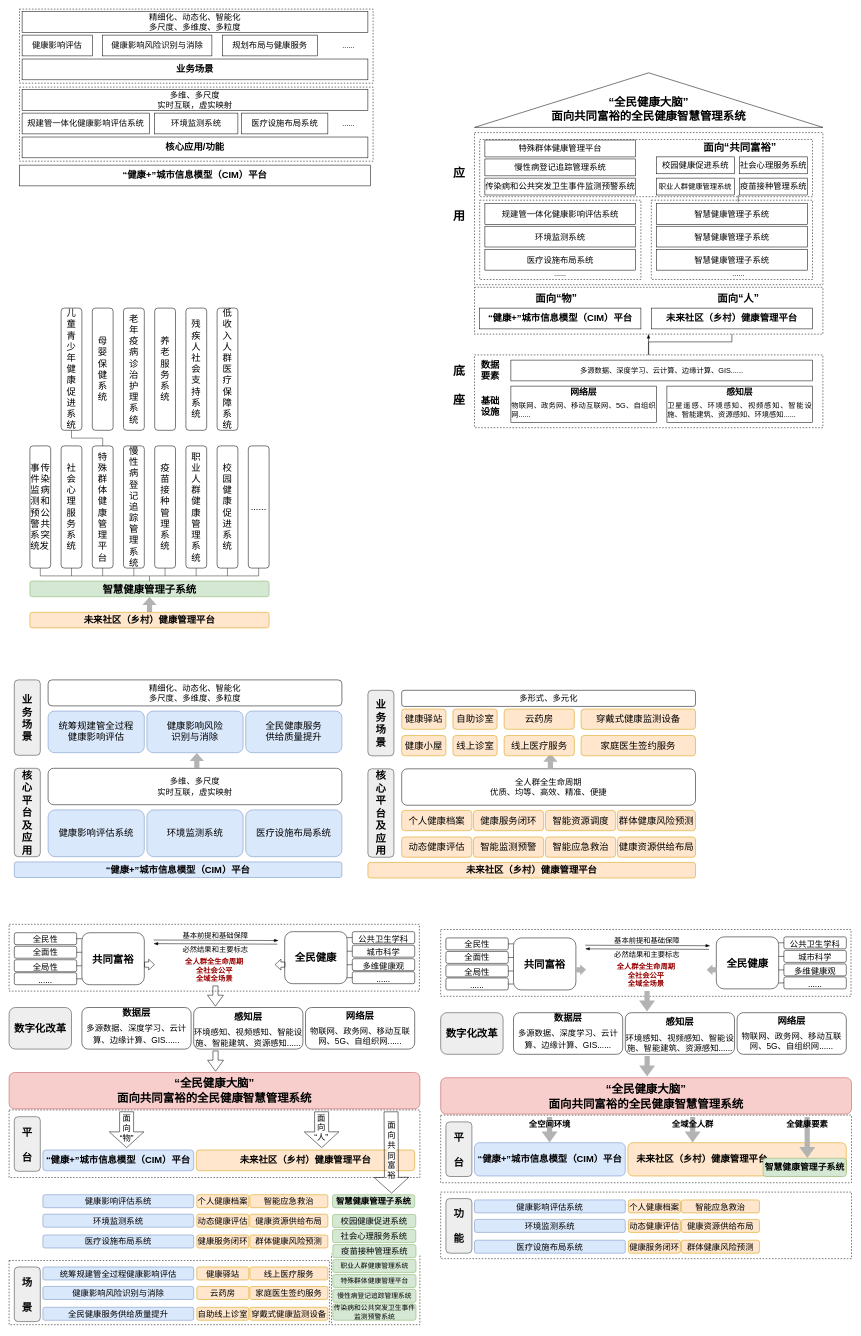
Before: 未命名绘图.drawio in linge630/practice, a draw.io diagram. Source tidied: cells renumbered, new cells numbered last; positions are measured from the earlier drawing's top-left corner, leaving out a move shared by most shapes. Both pictures are drawn from the tidied source at 52%, with x=0, y=0 at pixel (9, -74).
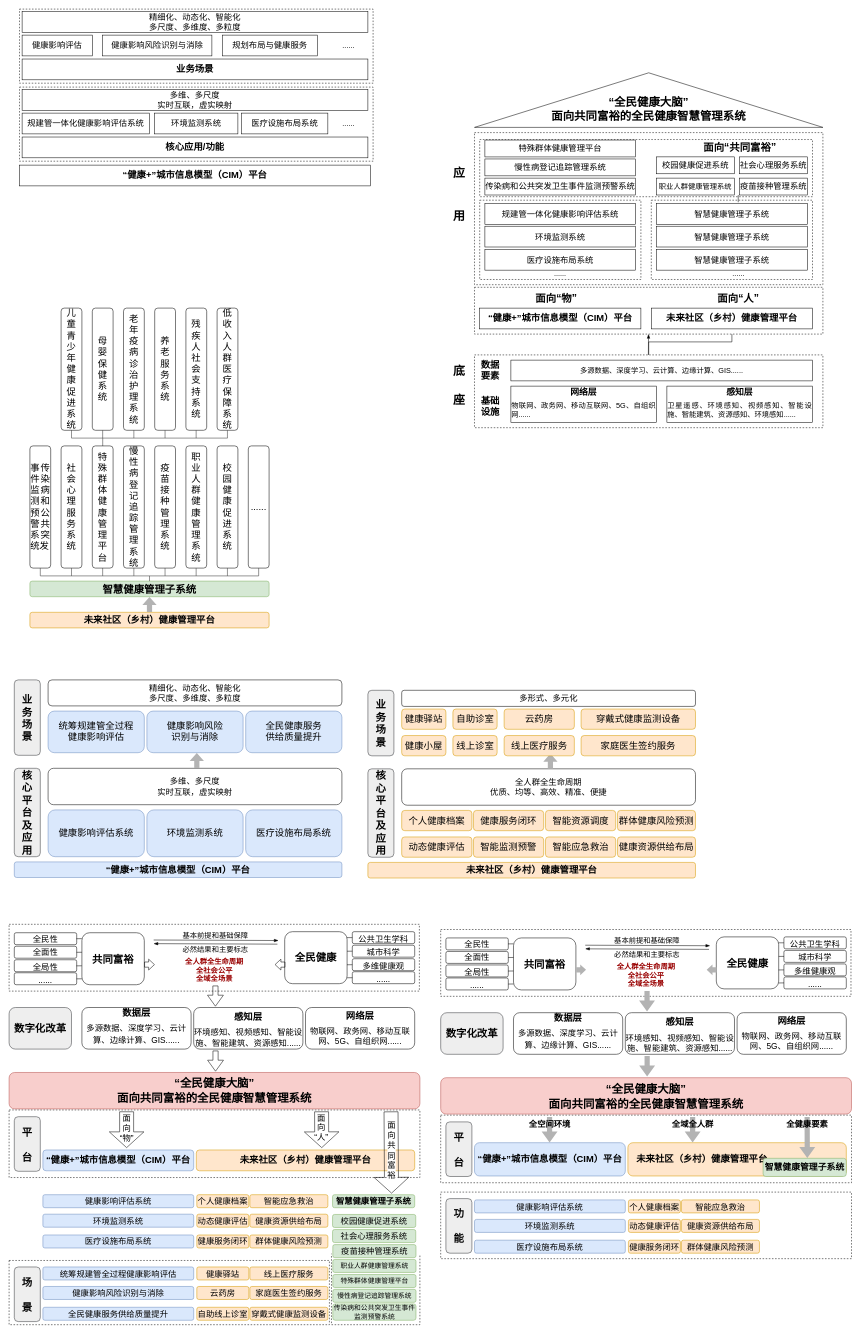
The same diagram, later.

The edit, as a diff of the source:
```diff
@@
+    <mxCell id="247" style="endArrow=none;html=1;rounded=0;fontSize=18;strokeColor=#333333;fillColor=#B3B3B3;" parent="1" edge="1">
+      <mxGeometry relative="1" as="geometry">
+        <mxPoint x="179.9" y="985" as="sourcePoint" />
+        <mxPoint x="179.9" y="970" as="targetPoint" />
+      </mxGeometry>
+    </mxCell>
+    <mxCell id="248" style="endArrow=none;html=1;rounded=0;fontSize=18;strokeColor=#333333;fillColor=#B3B3B3;" parent="1" edge="1">
+      <mxGeometry relative="1" as="geometry">
+        <mxPoint x="239.9" y="985" as="sourcePoint" />
+        <mxPoint x="239.9" y="970" as="targetPoint" />
+      </mxGeometry>
+    </mxCell>
+    <mxCell id="249" style="endArrow=none;html=1;rounded=0;fontSize=18;strokeColor=#333333;fillColor=#B3B3B3;" parent="1" edge="1">
+      <mxGeometry relative="1" as="geometry">
+        <mxPoint x="299.9" y="985" as="sourcePoint" />
+        <mxPoint x="299.9" y="970" as="targetPoint" />
+      </mxGeometry>
+    </mxCell>
+    <mxCell id="250" style="endArrow=none;html=1;rounded=0;fontSize=18;strokeColor=#333333;fillColor=#B3B3B3;" parent="1" edge="1">
+      <mxGeometry relative="1" as="geometry">
+        <mxPoint x="359.7" y="985" as="sourcePoint" />
+        <mxPoint x="359.7" y="970" as="targetPoint" />
+      </mxGeometry>
+    </mxCell>
+    <mxCell id="251" style="endArrow=none;html=1;rounded=0;fontSize=18;strokeColor=#333333;fillColor=#B3B3B3;" parent="1" edge="1">
+      <mxGeometry relative="1" as="geometry">
+        <mxPoint x="419.9" y="985" as="sourcePoint" />
+        <mxPoint x="419.9" y="970" as="targetPoint" />
+      </mxGeometry>
+    </mxCell>
+    <mxCell id="252" style="endArrow=none;html=1;rounded=0;fontSize=18;strokeColor=#333333;fillColor=#B3B3B3;" parent="1" edge="1">
+      <mxGeometry relative="1" as="geometry">
+        <mxPoint x="180" y="985" as="sourcePoint" />
+        <mxPoint x="420" y="985" as="targetPoint" />
+      </mxGeometry>
+    </mxCell>
```
